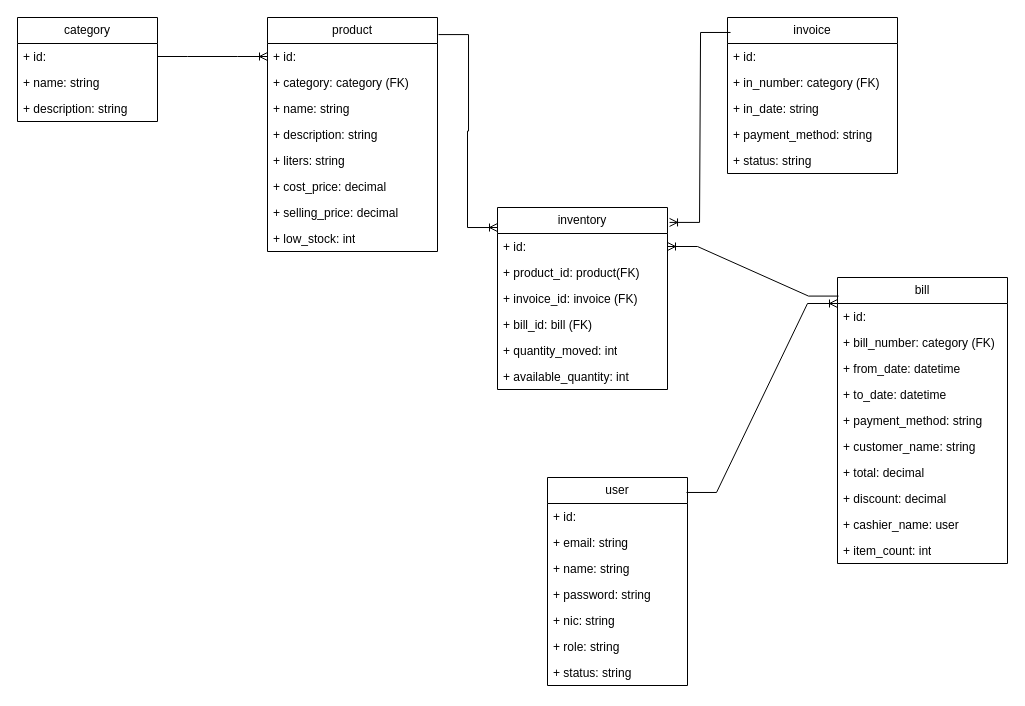
Earlier version of the draw.io diagram backend/ER/Thissa-Village-SFA-ER.drawio (Tuddeepana/Thissa-Village-SFA). Source tidied: cells renumbered, new cells numbered last; positions are measured from the earlier drawing's top-left corner, leaving out a move shared by most shapes. Both pictures are drawn from the tidied source at 100%, with x=0, y=0 at pixel (17, 17).
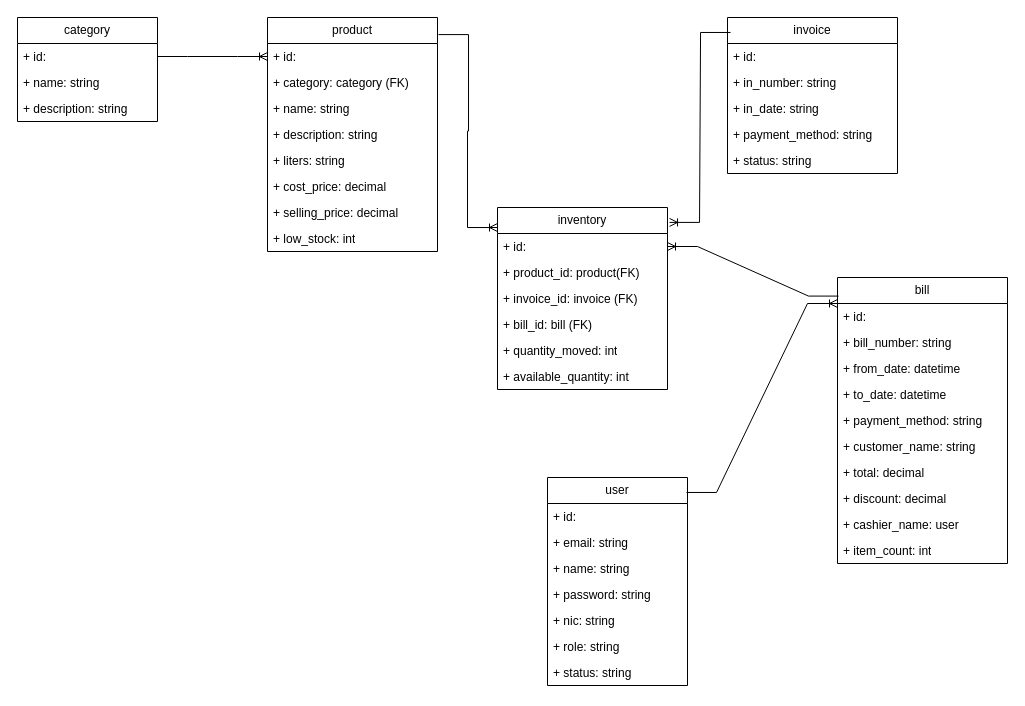
The same page after the edit.

Commit message:
update ER diagram to change data types for in_number and bill_number fields

The change refers to these unchanged cells:
```xml
<mxCell id="24" value="invoice" style="swimlane;fontStyle=0;horizontal=1;startSize=26;fillColor=none;whiteSpace=wrap;html=1;" parent="1" vertex="1">
  <mxGeometry x="710" width="170" height="156" as="geometry" />
</mxCell>
<mxCell id="39" value="bill" style="swimlane;fontStyle=0;horizontal=1;startSize=26;fillColor=none;whiteSpace=wrap;html=1;" parent="1" vertex="1">
  <mxGeometry x="820" y="260" width="170" height="286" as="geometry" />
</mxCell>
```

Diff of the diagram source:
```diff
@@
-    <mxCell id="26" value="+ in_number: category (FK)" style="text;strokeColor=none;fillColor=none;align=left;verticalAlign=top;spacingLeft=4;spacingRight=4;overflow=hidden;whiteSpace=wrap;html=1;" parent="24" vertex="1">
+    <mxCell id="26" value="+ in_number: string" style="text;strokeColor=none;fillColor=none;align=left;verticalAlign=top;spacingLeft=4;spacingRight=4;overflow=hidden;whiteSpace=wrap;html=1;" parent="24" vertex="1">
       <mxGeometry y="52" width="170" height="26" as="geometry" />
     </mxCell>
@@
-    <mxCell id="41" value="+ bill_number: category (FK)" style="text;strokeColor=none;fillColor=none;align=left;verticalAlign=top;spacingLeft=4;spacingRight=4;overflow=hidden;whiteSpace=wrap;html=1;" parent="39" vertex="1">
+    <mxCell id="41" value="+ bill_number: string" style="text;strokeColor=none;fillColor=none;align=left;verticalAlign=top;spacingLeft=4;spacingRight=4;overflow=hidden;whiteSpace=wrap;html=1;" parent="39" vertex="1">
       <mxGeometry y="52" width="170" height="26" as="geometry" />
     </mxCell>
```
